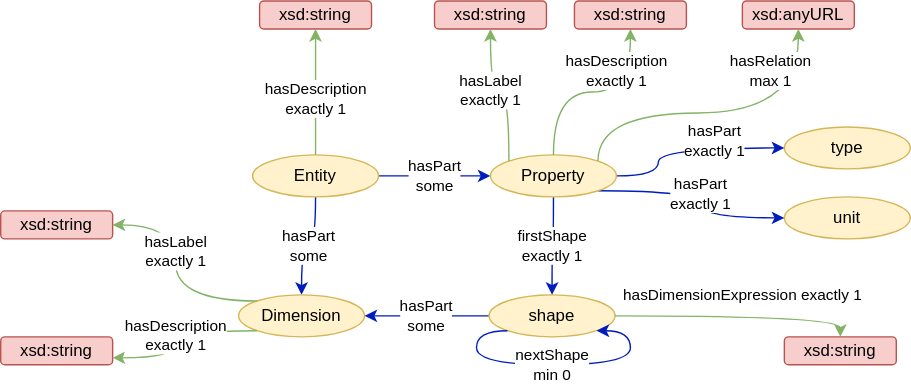
Above: doc/figs/entity.svg in emmo-repo/domain-datamodel (draw.io), before the change. Source tidied: cells renumbered, new cells last; positions are measured from the earlier drawing's top-left corner, leaving out a move shared by most shapes.
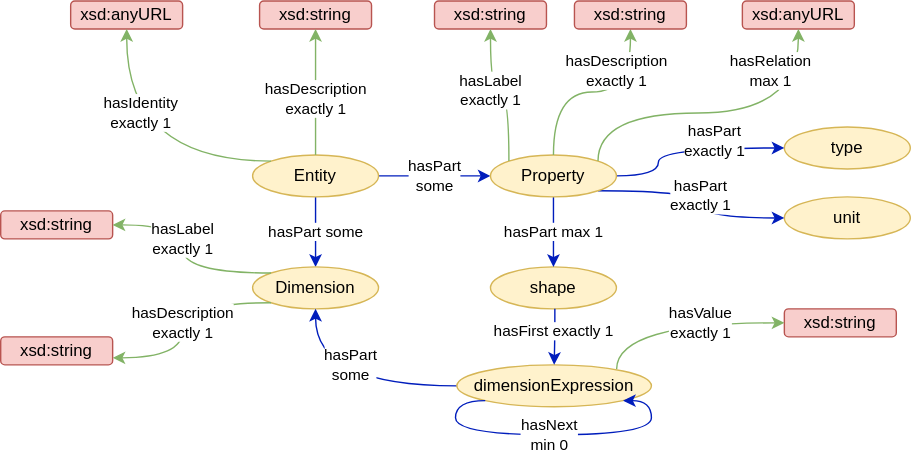
After the change.

Diff of the diagram source:
```diff
@@ -5,7 +5,7 @@
     <mxCell id="2" value="hasPart&lt;br&gt;some" style="edgeStyle=orthogonalEdgeStyle;curved=1;rounded=0;jettySize=auto;html=1;endArrow=classic;endFill=1;strokeColor=#001DBC;" parent="1" edge="1" source="4" target="13">
       <mxGeometry relative="1" as="geometry" />
     </mxCell>
-    <mxCell id="3" value="hasPart&lt;br&gt;some" style="edgeStyle=orthogonalEdgeStyle;curved=1;rounded=0;jettySize=auto;html=1;entryX=0.5;entryY=0;entryDx=0;entryDy=0;endArrow=classic;endFill=1;strokeColor=#001DBC;exitX=0.5;exitY=1;exitDx=0;exitDy=0;" parent="1" edge="1" source="4" target="6">
+    <mxCell id="3" value="hasPart some" style="edgeStyle=orthogonalEdgeStyle;curved=1;rounded=0;jettySize=auto;html=1;entryX=0.5;entryY=0;entryDx=0;entryDy=0;endArrow=classic;endFill=1;strokeColor=#001DBC;exitX=0.5;exitY=1;exitDx=0;exitDy=0;" parent="1" edge="1" source="4" target="6">
       <mxGeometry relative="1" as="geometry" />
     </mxCell>
     <mxCell id="4" value="Entity" style="ellipse;whiteSpace=wrap;html=1;fillColor=#fff2cc;strokeColor=#d6b656;" parent="1" vertex="1">
@@ -15,13 +15,13 @@
       <mxGeometry x="560" y="140" width="90" height="30" as="geometry" />
     </mxCell>
     <mxCell id="6" value="Dimension" style="ellipse;whiteSpace=wrap;html=1;fillColor=#fff2cc;strokeColor=#d6b656;" parent="1" vertex="1">
-      <mxGeometry x="170" y="210" width="90" height="30" as="geometry" />
+      <mxGeometry x="180" y="190" width="90" height="30" as="geometry" />
     </mxCell>
-    <mxCell id="7" value="hasPart&lt;br&gt;some" style="edgeStyle=orthogonalEdgeStyle;curved=1;rounded=0;jettySize=auto;html=1;endArrow=classic;endFill=1;strokeColor=#001DBC;" parent="1" edge="1" source="8" target="6">
-      <mxGeometry relative="1" as="geometry" />
+    <mxCell id="7" value="hasPart&lt;br&gt;some" style="edgeStyle=orthogonalEdgeStyle;curved=1;rounded=0;jettySize=auto;html=1;endArrow=classic;endFill=1;strokeColor=#001DBC;exitX=0;exitY=0.5;exitDx=0;exitDy=0;" parent="1" edge="1" source="31" target="6">
+      <mxGeometry x="-0.03" y="-15" relative="1" as="geometry" />
     </mxCell>
     <mxCell id="8" value="shape" style="ellipse;whiteSpace=wrap;html=1;fillColor=#fff2cc;strokeColor=#d6b656;" parent="1" vertex="1">
-      <mxGeometry x="349" y="210" width="90" height="30" as="geometry" />
+      <mxGeometry x="350" y="190" width="90" height="30" as="geometry" />
     </mxCell>
     <mxCell id="9" value="type" style="ellipse;whiteSpace=wrap;html=1;fillColor=#fff2cc;strokeColor=#d6b656;" parent="1" vertex="1">
       <mxGeometry x="560" y="90" width="90" height="30" as="geometry" />
@@ -37,35 +37,25 @@
     <mxCell id="11" value="hasPart&lt;br&gt;exactly 1" style="edgeStyle=orthogonalEdgeStyle;curved=1;rounded=0;jettySize=auto;html=1;endArrow=classic;endFill=1;strokeColor=#001DBC;exitX=1;exitY=1;exitDx=0;exitDy=0;" parent="1" edge="1" source="13" target="5">
       <mxGeometry relative="1" as="geometry" />
     </mxCell>
-    <mxCell id="12" value="firstShape&lt;br&gt;exactly 1" style="edgeStyle=orthogonalEdgeStyle;curved=1;rounded=0;jettySize=auto;html=1;endArrow=classic;endFill=1;strokeColor=#001DBC;exitX=0.5;exitY=1;exitDx=0;exitDy=0;" parent="1" edge="1" source="13" target="8">
+    <mxCell id="12" value="hasPart max 1" style="edgeStyle=orthogonalEdgeStyle;curved=1;rounded=0;jettySize=auto;html=1;endArrow=classic;endFill=1;strokeColor=#001DBC;exitX=0.5;exitY=1;exitDx=0;exitDy=0;" parent="1" edge="1" source="13" target="8">
       <mxGeometry relative="1" as="geometry" />
     </mxCell>
     <mxCell id="13" value="Property" style="ellipse;whiteSpace=wrap;html=1;fillColor=#fff2cc;strokeColor=#d6b656;" parent="1" vertex="1">
       <mxGeometry x="350" y="110" width="90" height="30" as="geometry" />
     </mxCell>
     <mxCell id="14" value="xsd:string" style="rounded=1;whiteSpace=wrap;html=1;fillColor=#f8cecc;strokeColor=#b85450;" parent="1" vertex="1">
-      <mxGeometry x="560" y="240" width="80" height="20" as="geometry" />
+      <mxGeometry x="560" y="220" width="80" height="20" as="geometry" />
     </mxCell>
     <mxCell id="15" value="hasDescription&lt;br&gt;exactly 1" style="edgeStyle=orthogonalEdgeStyle;curved=1;rounded=0;jettySize=auto;html=1;endArrow=classic;endFill=1;strokeColor=#82b366;exitX=0.5;exitY=0;exitDx=0;exitDy=0;fillColor=#d5e8d4;" parent="1" edge="1" source="13" target="19">
       <mxGeometry x="0.59" y="10" relative="1" as="geometry" />
     </mxCell>
-    <mxCell id="16" value="hasDimensionExpression&amp;nbsp;exactly 1" style="edgeStyle=orthogonalEdgeStyle;curved=1;rounded=0;jettySize=auto;html=1;endArrow=classic;endFill=1;strokeColor=#82b366;exitX=1;exitY=0.5;exitDx=0;exitDy=0;fillColor=#d5e8d4;entryX=0.5;entryY=0;entryDx=0;entryDy=0;" parent="1" edge="1" source="8" target="14">
-      <mxGeometry x="0.03" y="15" relative="1" as="geometry">
+    <mxCell id="16" value="hasValue&lt;br&gt;exactly 1" style="edgeStyle=orthogonalEdgeStyle;curved=1;rounded=0;jettySize=auto;html=1;endArrow=classic;endFill=1;strokeColor=#82b366;exitX=0.821;exitY=0.105;exitDx=0;exitDy=0;fillColor=#d5e8d4;entryX=0;entryY=0.5;entryDx=0;entryDy=0;exitPerimeter=0;" parent="1" edge="1" source="31" target="14">
+      <mxGeometry x="0.22" relative="1" as="geometry">
         <Array as="points">
-          <mxPoint x="600" y="225" />
+          <mxPoint x="440" y="230" />
         </Array>
       </mxGeometry>
     </mxCell>
-    <mxCell id="17" value="nextShape&lt;br&gt;min 0" style="edgeStyle=orthogonalEdgeStyle;curved=1;rounded=0;orthogonalLoop=1;jettySize=auto;html=1;endArrow=classic;endFill=1;strokeColor=#001DBC;exitX=0;exitY=1;exitDx=0;exitDy=0;entryX=1;entryY=1;entryDx=0;entryDy=0;" parent="1" edge="1" source="8" target="8">
-      <mxGeometry x="-0.02" relative="1" as="geometry">
-        <Array as="points">
-          <mxPoint x="340" y="236" />
-          <mxPoint x="340" y="260" />
-          <mxPoint x="450" y="260" />
-          <mxPoint x="450" y="236" />
-        </Array>
-      </mxGeometry>
-    </mxCell>
     <mxCell id="18" value="xsd:string" style="rounded=1;whiteSpace=wrap;html=1;fillColor=#f8cecc;strokeColor=#b85450;" parent="1" vertex="1">
       <mxGeometry x="310" width="80" height="20" as="geometry" />
     </mxCell>
@@ -104,5 +94,29 @@
         </Array>
       </mxGeometry>
     </mxCell>
+    <mxCell id="29" value="xsd:anyURL" style="rounded=1;whiteSpace=wrap;html=1;fillColor=#f8cecc;strokeColor=#b85450;" parent="1" vertex="1">
+      <mxGeometry x="50" width="80" height="20" as="geometry" />
+    </mxCell>
+    <mxCell id="30" value="hasIdentity&lt;br&gt;exactly 1" style="edgeStyle=orthogonalEdgeStyle;curved=1;rounded=0;jettySize=auto;html=1;endArrow=classic;endFill=1;strokeColor=#82b366;exitX=0;exitY=0;exitDx=0;exitDy=0;fillColor=#d5e8d4;" parent="1" edge="1" source="4" target="29">
+      <mxGeometry x="0.39" y="-10" relative="1" as="geometry" />
+    </mxCell>
+    <mxCell id="31" value="dimensionExpression" style="ellipse;whiteSpace=wrap;html=1;fillColor=#fff2cc;strokeColor=#d6b656;" parent="1" vertex="1">
+      <mxGeometry x="326" y="260" width="139" height="30" as="geometry" />
+    </mxCell>
+    <mxCell id="32" value="hasNext&lt;br&gt;min 0" style="edgeStyle=orthogonalEdgeStyle;curved=1;rounded=0;orthogonalLoop=1;jettySize=auto;html=1;endArrow=classic;endFill=1;strokeColor=#001DBC;exitX=0;exitY=1;exitDx=0;exitDy=0;entryX=1;entryY=1;entryDx=0;entryDy=0;" parent="1" edge="1" source="31" target="31">
+      <mxGeometry x="-0.02" relative="1" as="geometry">
+        <Array as="points">
+          <mxPoint x="325" y="286" />
+          <mxPoint x="325" y="310" />
+          <mxPoint x="465" y="310" />
+          <mxPoint x="465" y="286" />
+        </Array>
+      </mxGeometry>
+    </mxCell>
+    <mxCell id="33" value="hasFirst exactly 1" style="edgeStyle=orthogonalEdgeStyle;curved=1;rounded=0;jettySize=auto;html=1;endArrow=classic;endFill=1;strokeColor=#001DBC;" parent="1" edge="1" target="31">
+      <mxGeometry x="-0.21" y="-1" relative="1" as="geometry">
+        <mxPoint x="396" y="220" as="sourcePoint" />
+      </mxGeometry>
+    </mxCell>
   </root>
 </mxGraphModel>
```
